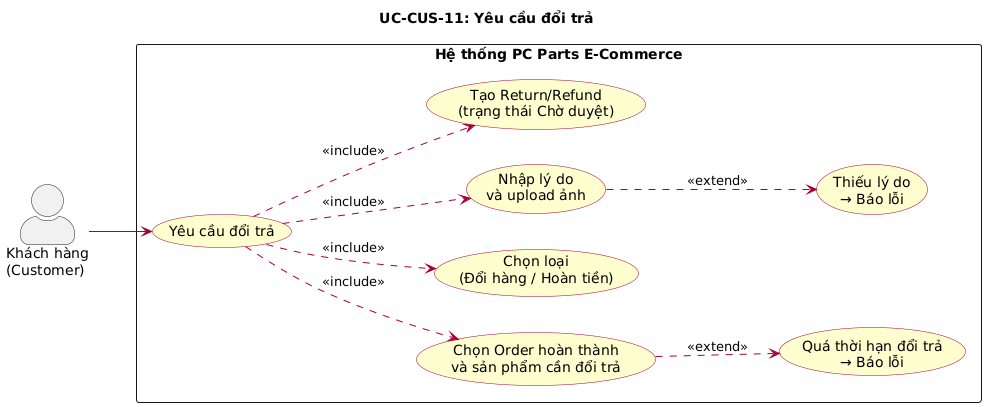
This is docs/diagrams/images/uc_CUS11_yeu_cau_doi_tra.png from huuhieu56/PC-Parts-ECommerce, a PlantUML export, as it was before one commit. Its diagram source:
```plantuml
@startuml
left to right direction
skinparam actorStyle awesome
skinparam packageStyle rectangle
skinparam usecase {
  BackgroundColor #FEFECE
  BorderColor #A80036
  ArrowColor #A80036
}

title UC-CUS-11: Yêu cầu đổi trả

actor "Khách hàng\n(Customer)" as Customer

rectangle "Hệ thống PC Parts E-Commerce" {
  usecase "Yêu cầu đổi trả" as UC_RETURN
  usecase "Chọn Order hoàn thành\nvà sản phẩm cần đổi trả" as UC_SELECT
  usecase "Chọn loại\n(Đổi hàng / Hoàn tiền)" as UC_TYPE
  usecase "Nhập lý do\nvà upload ảnh" as UC_REASON
  usecase "Tạo Return/Refund\n(trạng thái Chờ duyệt)" as UC_CREATE
  usecase "Quá thời hạn đổi trả\n→ Báo lỗi" as UC_ERR_EXPIRED
  usecase "Thiếu lý do\n→ Báo lỗi" as UC_ERR_REASON
}

Customer --> UC_RETURN

UC_RETURN ..> UC_SELECT : <<include>>
UC_RETURN ..> UC_TYPE : <<include>>
UC_RETURN ..> UC_REASON : <<include>>
UC_RETURN ..> UC_CREATE : <<include>>
UC_SELECT ..> UC_ERR_EXPIRED : <<extend>>
UC_REASON ..> UC_ERR_REASON : <<extend>>
@enduml
```
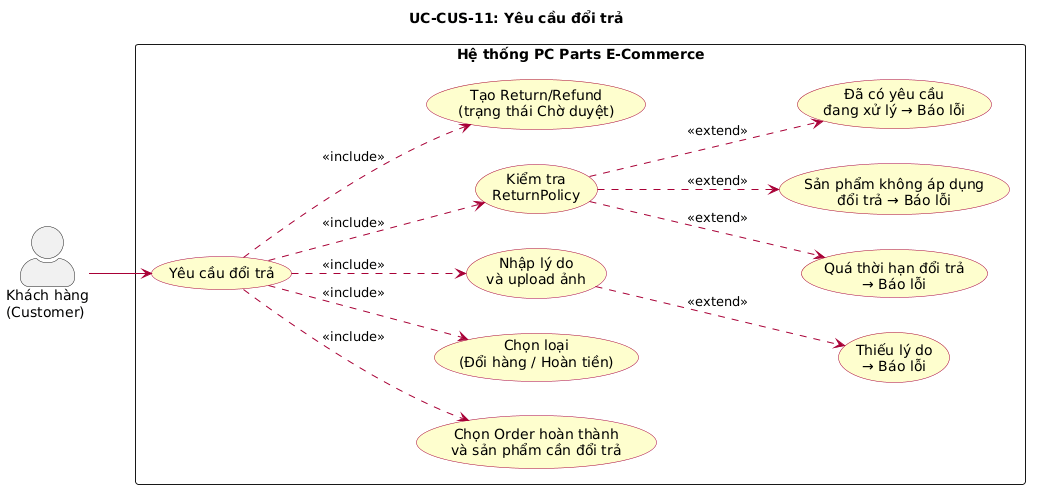
The same diagram one commit later.

Change to the diagram source:
```diff
@@ -17,9 +17,12 @@
   usecase "Chọn Order hoàn thành\nvà sản phẩm cần đổi trả" as UC_SELECT
   usecase "Chọn loại\n(Đổi hàng / Hoàn tiền)" as UC_TYPE
   usecase "Nhập lý do\nvà upload ảnh" as UC_REASON
+  usecase "Kiểm tra\nReturnPolicy" as UC_POLICY
   usecase "Tạo Return/Refund\n(trạng thái Chờ duyệt)" as UC_CREATE
   usecase "Quá thời hạn đổi trả\n→ Báo lỗi" as UC_ERR_EXPIRED
   usecase "Thiếu lý do\n→ Báo lỗi" as UC_ERR_REASON
+  usecase "Sản phẩm không áp dụng\nđổi trả → Báo lỗi" as UC_ERR_EXCLUDED
+  usecase "Đã có yêu cầu\nđang xử lý → Báo lỗi" as UC_ERR_DUP
 }
 
 Customer --> UC_RETURN
@@ -27,7 +30,10 @@
 UC_RETURN ..> UC_SELECT : <<include>>
 UC_RETURN ..> UC_TYPE : <<include>>
 UC_RETURN ..> UC_REASON : <<include>>
+UC_RETURN ..> UC_POLICY : <<include>>
 UC_RETURN ..> UC_CREATE : <<include>>
-UC_SELECT ..> UC_ERR_EXPIRED : <<extend>>
+UC_POLICY ..> UC_ERR_EXPIRED : <<extend>>
+UC_POLICY ..> UC_ERR_EXCLUDED : <<extend>>
+UC_POLICY ..> UC_ERR_DUP : <<extend>>
 UC_REASON ..> UC_ERR_REASON : <<extend>>
 @enduml
```
